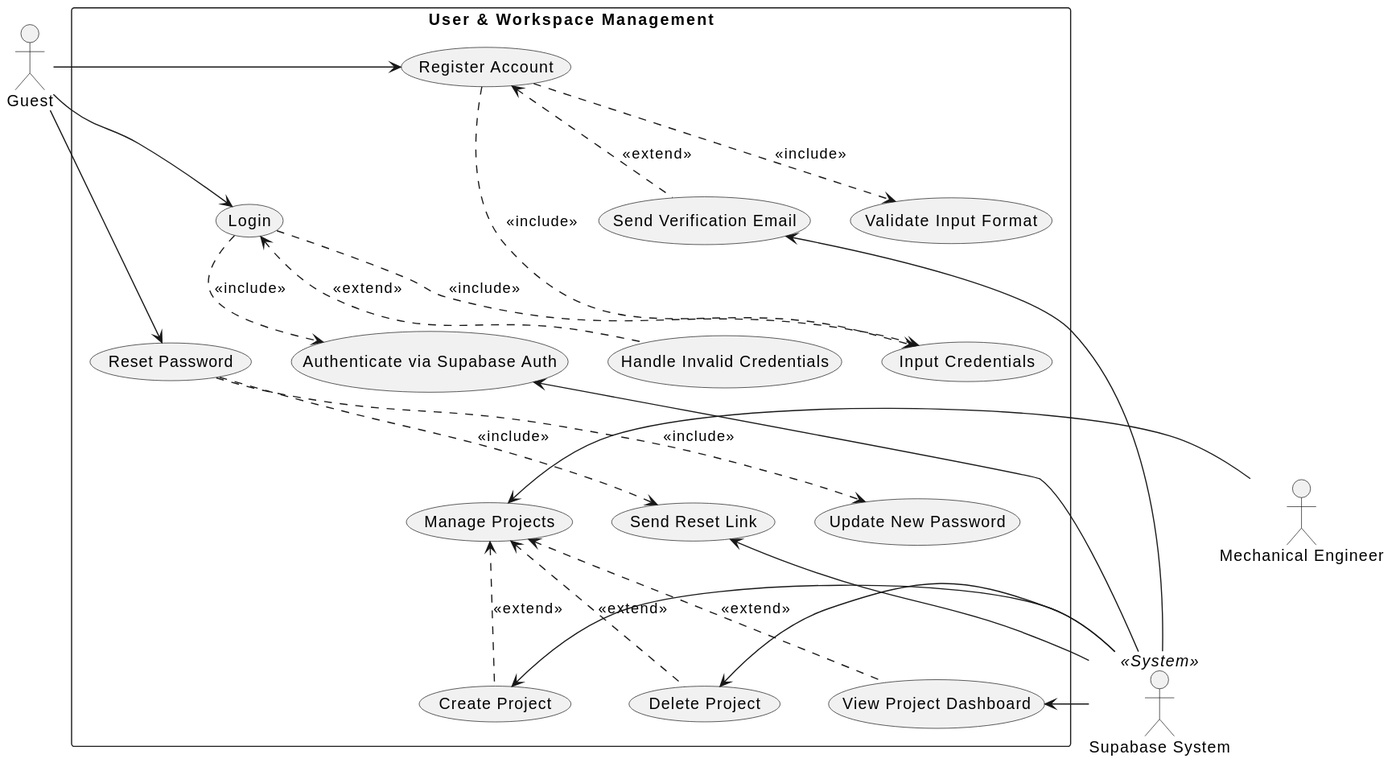
Earlier version of the PlantUML export docs/uml/uc_user.svg (dvydinh/mechdrive).
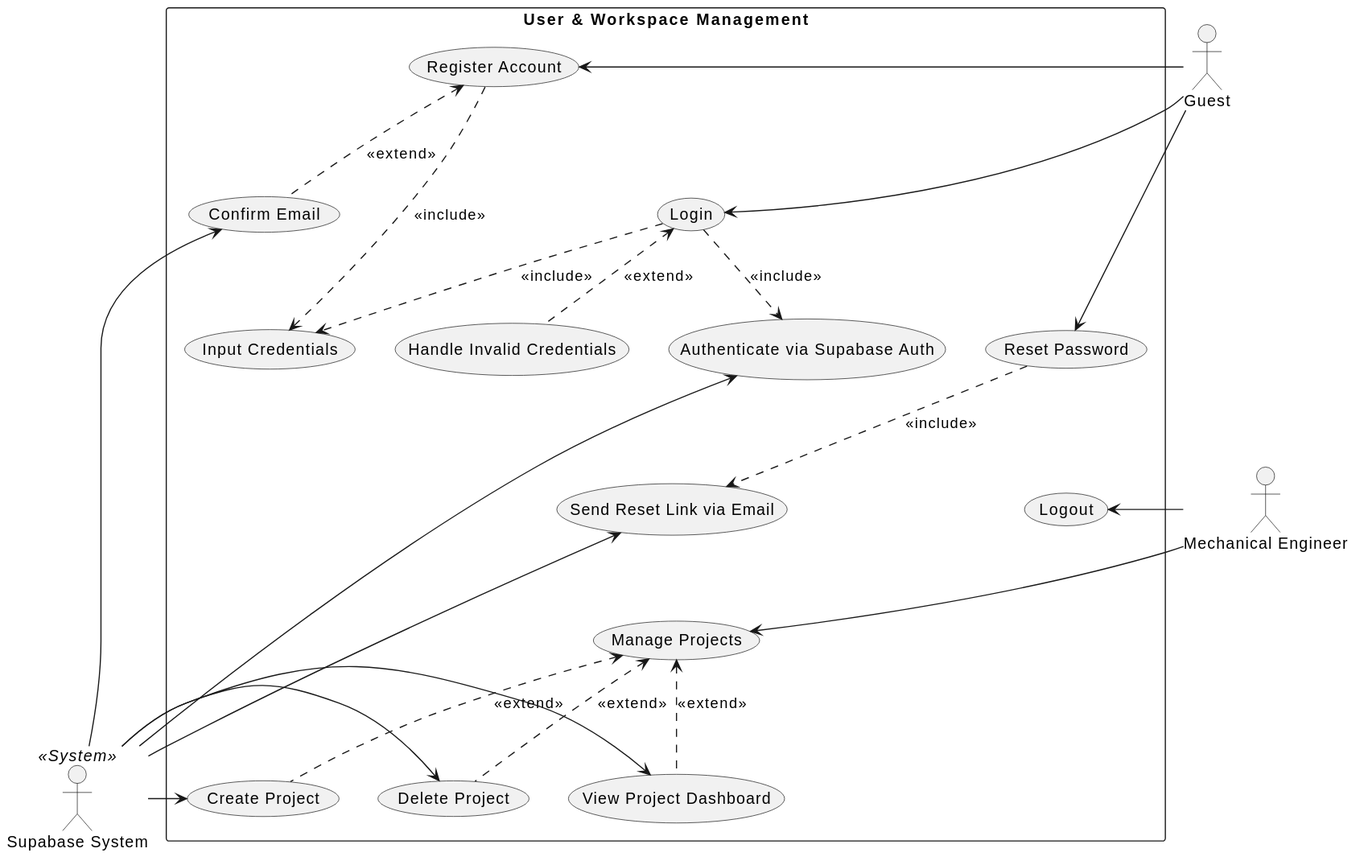
The same diagram one commit later.

Commit message:
them auth voi reset pass

What changed in the source:
```diff
@@ -8,16 +8,16 @@
 package "User & Workspace Management" {
   usecase "Register Account" as UC1
   usecase "Input Credentials" as UC1_1
-  usecase "Validate Input Format" as UC1_2
-  usecase "Send Verification Email" as UC1_3
+  usecase "Confirm Email" as UC1_3
 
   usecase "Login" as UC2
   usecase "Authenticate via Supabase Auth" as UC2_1
   usecase "Handle Invalid Credentials" as UC2_2
 
   usecase "Reset Password" as UC3
-  usecase "Send Reset Link" as UC3_1
-  usecase "Update New Password" as UC3_2
+  usecase "Send Reset Link via Email" as UC3_1
+
+  usecase "Logout" as UC6
 
   usecase "Manage Projects" as UC4
   usecase "Create Project" as UC4_1
@@ -27,11 +27,11 @@
 
 UC1 -[hidden]down-> UC2
 UC2 -[hidden]down-> UC3
-UC3 -[hidden]down-> UC4
+UC3 -[hidden]down-> UC6
+UC6 -[hidden]down-> UC4
 
 guest -right-> UC1
 UC1 .down.> UC1_1 : <<include>>
-UC1 .down.> UC1_2 : <<include>>
 UC1 <.down. UC1_3 : <<extend>>
 
 guest -right-> UC2
@@ -41,7 +41,8 @@
 
 guest -right-> UC3
 UC3 .down.> UC3_1 : <<include>>
-UC3 .down.> UC3_2 : <<include>>
+
+eng -right-> UC6
 
 eng -right-> UC4
 UC4 <.down. UC4_1 : <<extend>>
```
